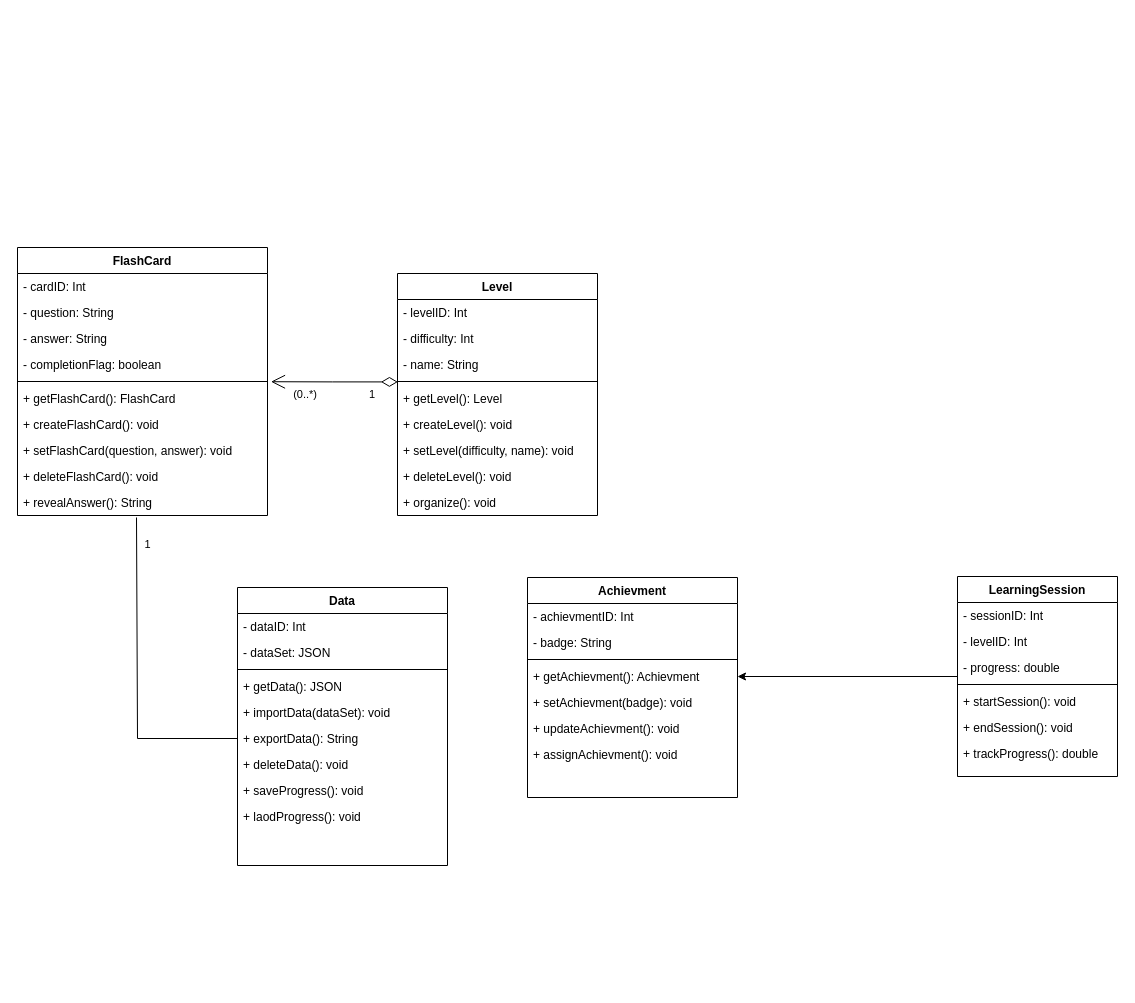
The draw.io diagram FlashCards.drawio in wasimic311/uml, before the edit. Source tidied: cells renumbered, new cells numbered last; positions are measured from the earlier drawing's top-left corner, leaving out a move shared by most shapes. Both pictures are drawn from the tidied source at 100%, with x=0, y=0 at pixel (17, 247).
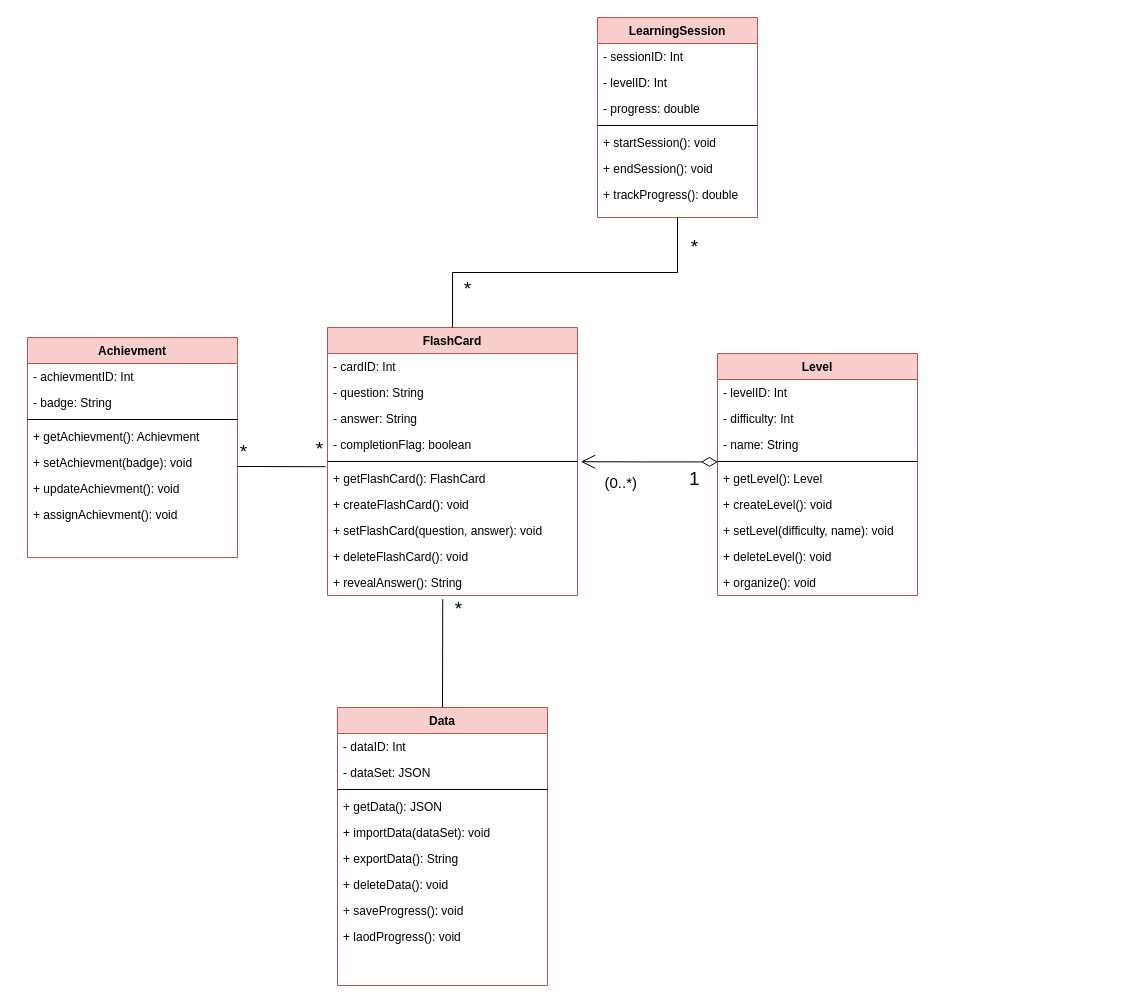
The same diagram, later.

The change refers to these unchanged cells:
```xml
<mxCell id="8" value="+ getFlashCard(): FlashCard" style="text;align=left;verticalAlign=top;spacingLeft=4;spacingRight=4;overflow=hidden;points=[[0,0.5],[1,0.5]];portConstraint=eastwest;" parent="2" vertex="1">
  <mxGeometry y="138" width="250" height="26" as="geometry" />
</mxCell>
<mxCell id="12" value="+ revealAnswer(): String" style="text;align=left;verticalAlign=top;spacingLeft=4;spacingRight=4;overflow=hidden;points=[[0,0.5],[1,0.5]];portConstraint=eastwest;" parent="2" vertex="1">
  <mxGeometry y="242" width="250" height="26" as="geometry" />
</mxCell>
<mxCell id="29" value="+ exportData(): String" style="text;align=left;verticalAlign=top;spacingLeft=4;spacingRight=4;overflow=hidden;points=[[0,0.5],[1,0.5]];portConstraint=eastwest;" parent="23" vertex="1">
  <mxGeometry y="138" width="210" height="26" as="geometry" />
</mxCell>
<mxCell id="37" value="+ getAchievment(): Achievment" style="text;align=left;verticalAlign=top;spacingLeft=4;spacingRight=4;overflow=hidden;points=[[0,0.5],[1,0.5]];portConstraint=eastwest;" parent="33" vertex="1">
  <mxGeometry y="86" width="210" height="26" as="geometry" />
</mxCell>
<mxCell id="50" style="endArrow=open;html=1;endSize=12;startArrow=diamondThin;startSize=14;startFill=0;edgeStyle=orthogonalEdgeStyle;rounded=0;entryX=1.014;entryY=1.162;entryDx=0;entryDy=0;entryPerimeter=0;exitX=0.002;exitY=-0.138;exitDx=0;exitDy=0;exitPerimeter=0;" parent="1" edge="1" source="18" target="6">
  <mxGeometry relative="1" as="geometry" />
</mxCell>
```

Change to the diagram source:
```diff
@@
-<mxGraphModel>
+<mxGraphModel background="#FFFFFF">
@@
-    <mxCell id="2" value="FlashCard" style="swimlane;fontStyle=1;align=center;verticalAlign=top;horizontal=1;startSize=26;rounded=0;shadow=0;strokeWidth=1;" parent="1" vertex="1">
-      <mxGeometry width="250" height="268" as="geometry" />
+    <mxCell id="2" value="FlashCard" style="swimlane;fontStyle=1;align=center;verticalAlign=top;horizontal=1;startSize=26;rounded=0;shadow=0;strokeWidth=1;fillColor=#f8cecc;strokeColor=#b85450;" parent="1" vertex="1">
+      <mxGeometry x="310" y="80" width="250" height="268" as="geometry" />
     </mxCell>
@@
-    <mxCell id="13" value="Level" style="swimlane;fontStyle=1;align=center;verticalAlign=top;horizontal=1;startSize=26;rounded=0;shadow=0;strokeWidth=1;" parent="1" vertex="1">
-      <mxGeometry x="380" y="26" width="200" height="242" as="geometry" />
+    <mxCell id="13" value="Level" style="swimlane;fontStyle=1;align=center;verticalAlign=top;horizontal=1;startSize=26;rounded=0;shadow=0;strokeWidth=1;fillColor=#f8cecc;strokeColor=#b85450;" parent="1" vertex="1">
+      <mxGeometry x="700" y="106" width="200" height="242" as="geometry" />
     </mxCell>
@@
-    <mxCell id="23" value="Data" style="swimlane;fontStyle=1;align=center;verticalAlign=top;horizontal=1;startSize=26;rounded=0;shadow=0;strokeWidth=1;" parent="1" vertex="1">
-      <mxGeometry x="220" y="340" width="210" height="278" as="geometry" />
+    <mxCell id="23" value="Data" style="swimlane;fontStyle=1;align=center;verticalAlign=top;horizontal=1;startSize=26;rounded=0;shadow=0;strokeWidth=1;fillColor=#f8cecc;strokeColor=#b85450;" parent="1" vertex="1">
+      <mxGeometry x="320" y="460" width="210" height="278" as="geometry" />
     </mxCell>
@@
-    <mxCell id="33" value="Achievment" style="swimlane;fontStyle=1;align=center;verticalAlign=top;horizontal=1;startSize=26;rounded=0;shadow=0;strokeWidth=1;" parent="1" vertex="1">
-      <mxGeometry x="510" y="330" width="210" height="220" as="geometry" />
+    <mxCell id="33" value="Achievment" style="swimlane;fontStyle=1;align=center;verticalAlign=top;horizontal=1;startSize=26;rounded=0;shadow=0;strokeWidth=1;fillColor=#f8cecc;strokeColor=#b85450;" parent="1" vertex="1">
+      <mxGeometry x="10" y="90" width="210" height="220" as="geometry" />
     </mxCell>
@@
-    <mxCell id="41" style="edgeStyle=orthogonalEdgeStyle;rounded=0;jettySize=auto;html=1;entryX=1;entryY=0.5;entryDx=0;entryDy=0;" parent="1" edge="1" source="42" target="37">
-      <mxGeometry relative="1" as="geometry" />
-    </mxCell>
-    <mxCell id="42" value="LearningSession" style="swimlane;fontStyle=1;align=center;verticalAlign=top;horizontal=1;startSize=26;rounded=0;shadow=0;strokeWidth=1;" parent="1" vertex="1">
-      <mxGeometry x="940" y="329" width="160" height="200" as="geometry" />
+    <mxCell id="42" value="LearningSession" style="swimlane;fontStyle=1;align=center;verticalAlign=top;horizontal=1;startSize=26;rounded=0;shadow=0;strokeWidth=1;fillColor=#f8cecc;strokeColor=#b85450;" parent="1" vertex="1">
+      <mxGeometry x="580" y="-230" width="160" height="200" as="geometry" />
     </mxCell>
@@
-    <mxCell id="51" value="1" style="edgeLabel;html=1;align=left;verticalAlign=top;" parent="50" vertex="1">
+    <mxCell id="51" value="1" style="edgeLabel;html=1;align=left;verticalAlign=top;fontSize=19;" parent="50" vertex="1">
       <mxGeometry x="-1" relative="1" as="geometry">
         <mxPoint x="-30" as="offset" />
       </mxGeometry>
     </mxCell>
-    <mxCell id="52" value="(0..*)" style="edgeLabel;html=1;align=right;verticalAlign=top;" parent="50" vertex="1">
+    <mxCell id="52" value="(0..*)" style="edgeLabel;html=1;align=right;verticalAlign=top;fontSize=15;" parent="50" vertex="1">
       <mxGeometry x="1" relative="1" as="geometry">
-        <mxPoint x="46" as="offset" />
+        <mxPoint x="56" y="6" as="offset" />
       </mxGeometry>
     </mxCell>
-    <mxCell id="53" style="endArrow=none;html=1;rounded=0;entryX=0;entryY=0.5;entryDx=0;entryDy=0;exitX=0.476;exitY=1.077;exitDx=0;exitDy=0;exitPerimeter=0;" parent="1" edge="1" source="12" target="29">
-      <mxGeometry relative="1" as="geometry">
-        <Array as="points">
-          <mxPoint x="120" y="491" />
-        </Array>
-      </mxGeometry>
+    <mxCell id="53" style="endArrow=none;html=1;rounded=0;entryX=0.5;entryY=0;entryDx=0;entryDy=0;exitX=0.461;exitY=1.141;exitDx=0;exitDy=0;exitPerimeter=0;" parent="1" edge="1" source="12" target="23">
+      <mxGeometry relative="1" as="geometry" />
     </mxCell>
-    <mxCell id="54" value="1" style="edgeLabel;html=1;align=center;verticalAlign=middle;" parent="53" vertex="1">
-      <mxGeometry x="-0.83" y="1" relative="1" as="geometry">
-        <mxPoint x="9" as="offset" />
-      </mxGeometry>
-    </mxCell>
+    <mxCell id="55" value="*" style="edgeLabel;html=1;align=center;verticalAlign=middle;fontSize=19;" parent="53" vertex="1">
+      <mxGeometry x="-0.84" y="-1" relative="1" as="geometry">
+        <mxPoint x="16" y="1" as="offset" />
+      </mxGeometry>
+    </mxCell>
+    <mxCell id="56" style="endArrow=none;html=1;rounded=0;strokeColor=default;align=center;verticalAlign=middle;fontFamily=Helvetica;fontSize=11;fontColor=default;labelBackgroundColor=default;entryX=-0.008;entryY=0.047;entryDx=0;entryDy=0;entryPerimeter=0;" parent="1" edge="1" target="8">
+      <mxGeometry relative="1" as="geometry">
+        <mxPoint x="220" y="219" as="sourcePoint" />
+      </mxGeometry>
+    </mxCell>
+    <mxCell id="57" value="*" style="edgeLabel;html=1;align=center;verticalAlign=middle;fontFamily=Helvetica;fontSize=19;fontColor=default;labelBackgroundColor=default;" parent="56" vertex="1">
+      <mxGeometry x="0.85" y="1" relative="1" as="geometry">
+        <mxPoint y="-17" as="offset" />
+      </mxGeometry>
+    </mxCell>
+    <mxCell id="58" value="*" style="edgeLabel;html=1;align=center;verticalAlign=middle;fontFamily=Helvetica;fontSize=19;fontColor=default;labelBackgroundColor=default;" parent="56" vertex="1">
+      <mxGeometry x="-0.88" y="3" relative="1" as="geometry">
+        <mxPoint y="-12" as="offset" />
+      </mxGeometry>
+    </mxCell>
+    <mxCell id="59" style="endArrow=none;html=1;rounded=0;strokeColor=default;align=center;verticalAlign=middle;fontFamily=Helvetica;fontSize=11;fontColor=default;labelBackgroundColor=default;entryX=0.5;entryY=1;entryDx=0;entryDy=0;exitX=0.5;exitY=0;exitDx=0;exitDy=0;edgeStyle=elbowEdgeStyle;elbow=vertical;" parent="1" edge="1" source="2" target="42">
+      <mxGeometry relative="1" as="geometry" />
+    </mxCell>
+    <mxCell id="60" value="*" style="edgeLabel;html=1;align=center;verticalAlign=middle;fontFamily=Helvetica;fontSize=19;fontColor=default;labelBackgroundColor=default;" parent="59" vertex="1">
+      <mxGeometry x="-0.66" y="-3" relative="1" as="geometry">
+        <mxPoint x="12" y="13" as="offset" />
+      </mxGeometry>
+    </mxCell>
+    <mxCell id="61" value="*" style="edgeLabel;html=1;align=center;verticalAlign=middle;fontFamily=Helvetica;fontSize=19;fontColor=default;labelBackgroundColor=default;" parent="59" vertex="1">
+      <mxGeometry x="0.7" y="-2" relative="1" as="geometry">
+        <mxPoint x="14" y="-21" as="offset" />
+      </mxGeometry>
+    </mxCell>
```
